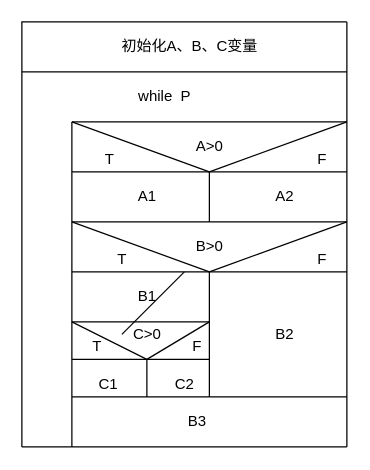
Above: web学习应用/PDLToNS.drawio in 2784343633/Web (draw.io), before the change. Source tidied: cells renumbered, new cells numbered last; positions are measured from the earlier drawing's top-left corner, leaving out a move shared by most shapes. Both pictures are drawn from the tidied source at 125%, with x=0, y=0 at pixel (21, 21).
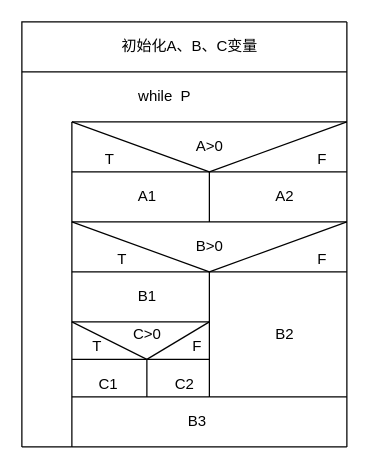
The same page after the edit.

Change to the diagram source:
```diff
@@
-    <mxCell id="35" style="endArrow=none;html=1;rounded=0;" parent="1" edge="1">
-      <mxGeometry relative="1" as="geometry">
-        <mxPoint x="80" y="250" as="sourcePoint" />
-        <mxPoint x="130" y="200" as="targetPoint" />
-      </mxGeometry>
-    </mxCell>
```
